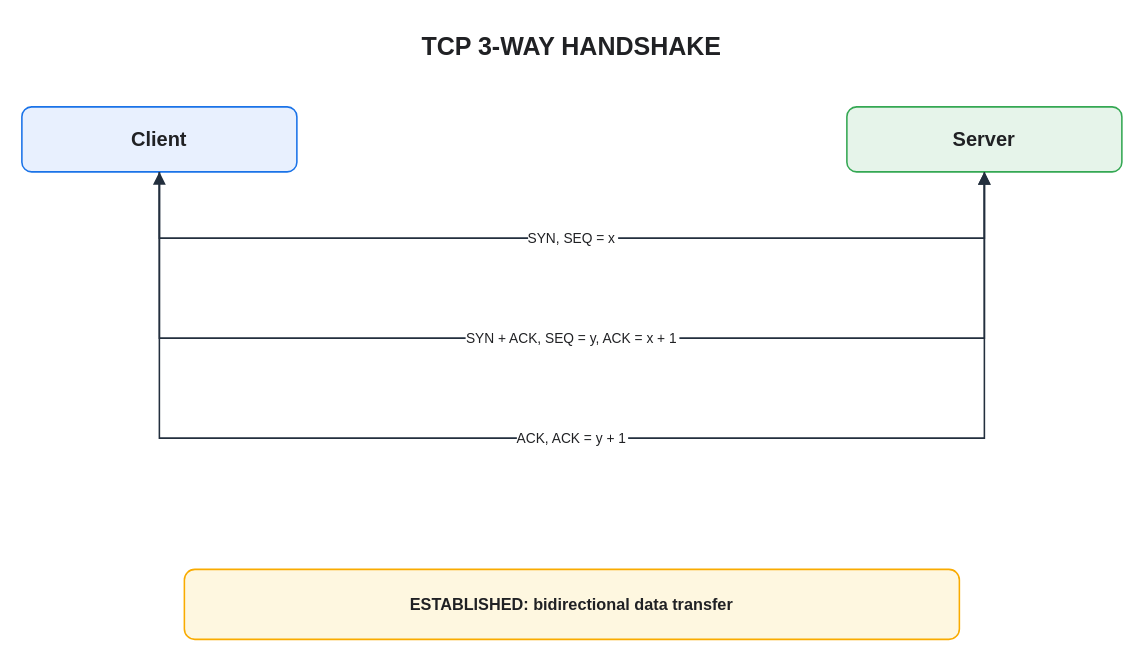
Before: assets/img/network/tcp-3-way-handshake.drawio in KKamJi98/kkamji98.github.io, a draw.io diagram. Source tidied: cells renumbered, new cells numbered last; positions are measured from the earlier drawing's top-left corner, leaving out a move shared by most shapes. Both pictures are drawn from the tidied source at 125%, with x=0, y=0 at pixel (21, 21).
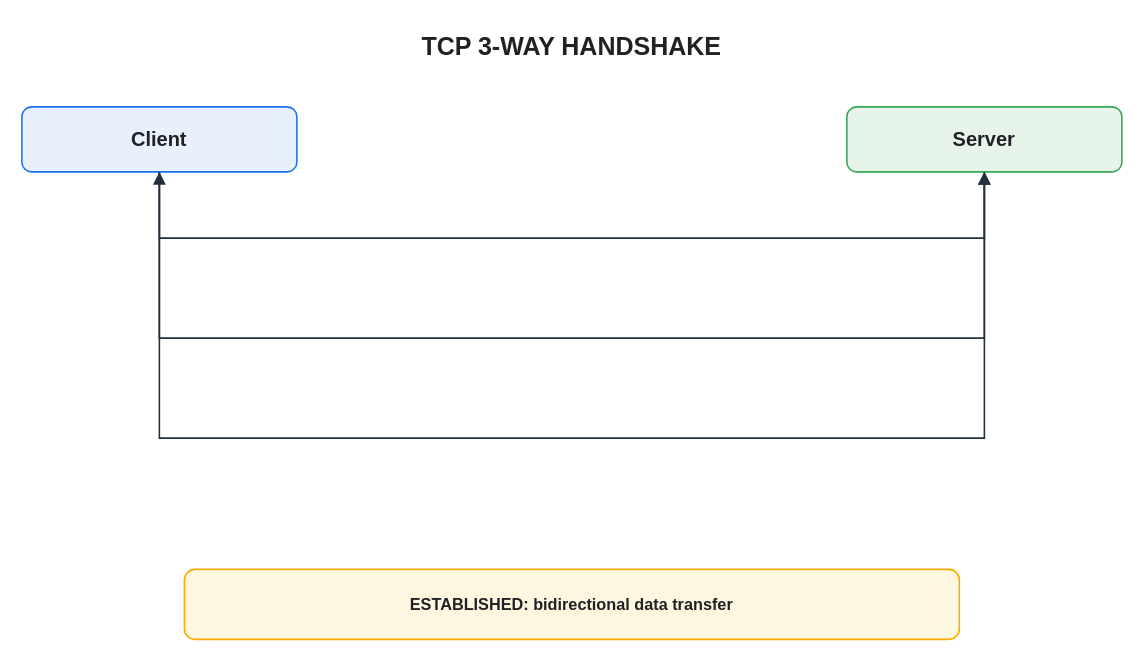
The same page after the edit.

Diff of the diagram source:
```diff
@@
 <mxGraphModel background="#FFFFFF">
   <root>
     <mxCell id="0" />
     <mxCell id="1" parent="0" />
     <mxCell id="2" value="TCP 3-WAY HANDSHAKE" style="text;html=0;strokeColor=none;fillColor=none;align=center;verticalAlign=middle;fontSize=20;fontStyle=1;fontColor=#202124;" parent="1" vertex="1">
       <mxGeometry x="90" width="700" height="36" as="geometry" />
     </mxCell>
     <mxCell id="3" value="Client" style="rounded=1;whiteSpace=wrap;html=0;fillColor=#E8F0FE;strokeColor=#1A73E8;strokeWidth=1.25;fontStyle=1;fontSize=16;fontColor=#202124;shadow=0;" parent="1" vertex="1">
       <mxGeometry y="68" width="220" height="52" as="geometry" />
     </mxCell>
     <mxCell id="4" value="Server" style="rounded=1;whiteSpace=wrap;html=0;fillColor=#E6F4EA;strokeColor=#34A853;strokeWidth=1.25;fontStyle=1;fontSize=16;fontColor=#202124;shadow=0;" parent="1" vertex="1">
       <mxGeometry x="660" y="68" width="220" height="52" as="geometry" />
     </mxCell>
     <mxCell id="5" style="shape=line;strokeColor=#5F6368;fontColor=#202124;dashed=1;dashPattern=4 4;strokeWidth=1.25;" parent="1" vertex="1">
       <mxGeometry x="110" y="120" height="280" as="geometry" />
     </mxCell>
     <mxCell id="6" style="shape=line;strokeColor=#5F6368;fontColor=#202124;dashed=1;dashPattern=4 4;strokeWidth=1.25;" parent="1" vertex="1">
       <mxGeometry x="770" y="120" height="280" as="geometry" />
     </mxCell>
-    <mxCell id="7" value="SYN, SEQ = x" style="edgeStyle=orthogonalEdgeStyle;rounded=0;html=0;endArrow=block;endFill=1;strokeWidth=1.25;strokeColor=#232F3E;fontColor=#202124;fontSize=11;labelBackgroundColor=#FFFFFF;exitX=0.5;exitY=1;entryX=0.5;entryY=1;endSize=7;" parent="1" edge="1" source="3" target="4">
+    <mxCell id="7" style="edgeStyle=orthogonalEdgeStyle;rounded=0;html=0;endArrow=block;endFill=1;strokeWidth=1.25;strokeColor=#232F3E;fontColor=#202124;fontSize=11;labelBackgroundColor=none;exitX=0.5;exitY=1;entryX=0.5;entryY=1;endSize=7;" parent="1" edge="1" source="3" target="4">
       <mxGeometry relative="1" as="geometry">
         <Array as="points">
           <mxPoint x="110" y="173" />
           <mxPoint x="770" y="173" />
         </Array>
       </mxGeometry>
     </mxCell>
-    <mxCell id="8" value="SYN + ACK, SEQ = y, ACK = x + 1" style="edgeStyle=orthogonalEdgeStyle;rounded=0;html=0;endArrow=block;endFill=1;strokeWidth=1.25;strokeColor=#232F3E;fontColor=#202124;fontSize=11;labelBackgroundColor=#FFFFFF;exitX=0.5;exitY=1;entryX=0.5;entryY=1;endSize=7;" parent="1" edge="1" source="4" target="3">
+    <mxCell id="8" style="edgeStyle=orthogonalEdgeStyle;rounded=0;html=0;endArrow=block;endFill=1;strokeWidth=1.25;strokeColor=#232F3E;fontColor=#202124;fontSize=11;labelBackgroundColor=none;exitX=0.5;exitY=1;entryX=0.5;entryY=1;endSize=7;" parent="1" edge="1" source="4" target="3">
       <mxGeometry relative="1" as="geometry">
         <Array as="points">
           <mxPoint x="770" y="253" />
           <mxPoint x="110" y="253" />
         </Array>
       </mxGeometry>
     </mxCell>
-    <mxCell id="9" value="ACK, ACK = y + 1" style="edgeStyle=orthogonalEdgeStyle;rounded=0;html=0;endArrow=block;endFill=1;strokeWidth=1.25;strokeColor=#232F3E;fontColor=#202124;fontSize=11;labelBackgroundColor=#FFFFFF;exitX=0.5;exitY=1;entryX=0.5;entryY=1;endSize=7;" parent="1" edge="1" source="3" target="4">
+    <mxCell id="9" style="edgeStyle=orthogonalEdgeStyle;rounded=0;html=0;endArrow=block;endFill=1;strokeWidth=1.25;strokeColor=#232F3E;fontColor=#202124;fontSize=11;labelBackgroundColor=none;exitX=0.5;exitY=1;entryX=0.5;entryY=1;endSize=7;" parent="1" edge="1" source="3" target="4">
       <mxGeometry relative="1" as="geometry">
         <Array as="points">
           <mxPoint x="110" y="333" />
           <mxPoint x="770" y="333" />
         </Array>
       </mxGeometry>
     </mxCell>
     <mxCell id="10" value="ESTABLISHED: bidirectional data transfer" style="rounded=1;whiteSpace=wrap;html=0;fillColor=#FEF7E0;strokeColor=#F9AB00;strokeWidth=1.25;fontStyle=1;fontSize=13;fontColor=#202124;shadow=0;" parent="1" vertex="1">
       <mxGeometry x="130" y="438" width="620" height="56" as="geometry" />
     </mxCell>
   </root>
 </mxGraphModel>
```
